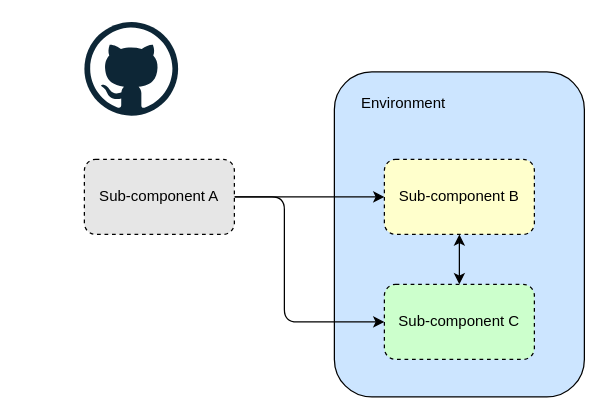
Above: page "main" (1 of 2) of doc/arc.drawio in rasmushaa/drawio_document_demo_a (draw.io), before the change. Source tidied: cells renumbered, new cells numbered last; positions are measured from the earlier drawing's top-left corner, leaving out a move shared by most shapes. Both pictures are drawn from the tidied source at 125%, with x=0, y=0 at pixel (84, 21).
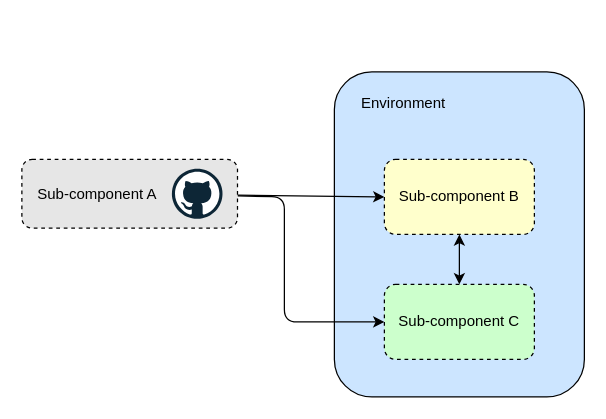
After the change.

Commit message:
Update git link

What changed in the source:
```diff
@@
 <mxGraphModel>
   <root>
     <mxCell id="0" />
     <mxCell id="1" parent="0" />
     <mxCell id="2" style="rounded=1;whiteSpace=wrap;html=1;fillColor=#CCE5FF;" parent="1" vertex="1">
       <mxGeometry x="200" y="40" width="200" height="260" as="geometry" />
     </mxCell>
     <mxCell id="3" style="edgeStyle=none;html=1;entryX=0;entryY=0.5;entryDx=0;entryDy=0;" parent="1" edge="1" source="5" target="6">
       <mxGeometry relative="1" as="geometry" />
     </mxCell>
     <mxCell id="4" style="edgeStyle=none;html=1;entryX=0;entryY=0.5;entryDx=0;entryDy=0;rounded=1;curved=0;" parent="1" edge="1" source="5" target="8">
       <mxGeometry relative="1" as="geometry">
         <Array as="points">
           <mxPoint x="160" y="140" />
           <mxPoint x="160" y="190" />
           <mxPoint x="160" y="240" />
           <mxPoint x="220" y="240" />
         </Array>
       </mxGeometry>
     </mxCell>
-    <mxCell id="5" value="Sub-component A" style="rounded=1;whiteSpace=wrap;html=1;dashed=1;fillColor=#E6E6E6;" parent="1" vertex="1">
-      <mxGeometry y="110" width="120" height="60" as="geometry" />
+    <mxCell id="5" style="rounded=1;whiteSpace=wrap;html=1;dashed=1;fillColor=#E6E6E6;" parent="1" vertex="1">
+      <mxGeometry x="-50" y="110" width="172.5" height="55" as="geometry" />
     </mxCell>
     <mxCell id="6" value="Sub-component B" style="rounded=1;whiteSpace=wrap;html=1;dashed=1;fillColor=#FFFFCC;" parent="1" vertex="1">
       <mxGeometry x="240" y="110" width="120" height="60" as="geometry" />
     </mxCell>
     <mxCell id="7" style="edgeStyle=none;html=1;entryX=0.5;entryY=1;entryDx=0;entryDy=0;startArrow=classic;startFill=1;" parent="1" edge="1" source="8" target="6">
       <mxGeometry relative="1" as="geometry" />
     </mxCell>
     <mxCell id="8" value="Sub-component C" style="rounded=1;whiteSpace=wrap;html=1;dashed=1;fillColor=#CCFFCC;" parent="1" vertex="1">
       <mxGeometry x="240" y="210" width="120" height="60" as="geometry" />
     </mxCell>
     <mxCell id="9" value="Environment" style="text;html=1;align=center;verticalAlign=middle;strokeColor=none;fillColor=none;" parent="1" vertex="1">
       <mxGeometry x="210" y="50" width="90" height="30" as="geometry" />
     </mxCell>
     <mxCell id="10" style="dashed=0;html=1;align=center;labelPosition=center;verticalLabelPosition=bottom;verticalAlign=top;shape=mxgraph.weblogos.github;" parent="1" vertex="1">
-      <mxGeometry width="75" height="75" as="geometry" />
+      <mxGeometry x="70" y="117.5" width="40.5" height="40" as="geometry" />
     </mxCell>
+    <mxCell id="11" value="Sub-component A" style="text;html=1;align=center;verticalAlign=middle;strokeColor=none;fillColor=none;" parent="1" vertex="1">
+      <mxGeometry x="-50" y="122.5" width="120" height="30" as="geometry" />
+    </mxCell>
   </root>
 </mxGraphModel>
```
